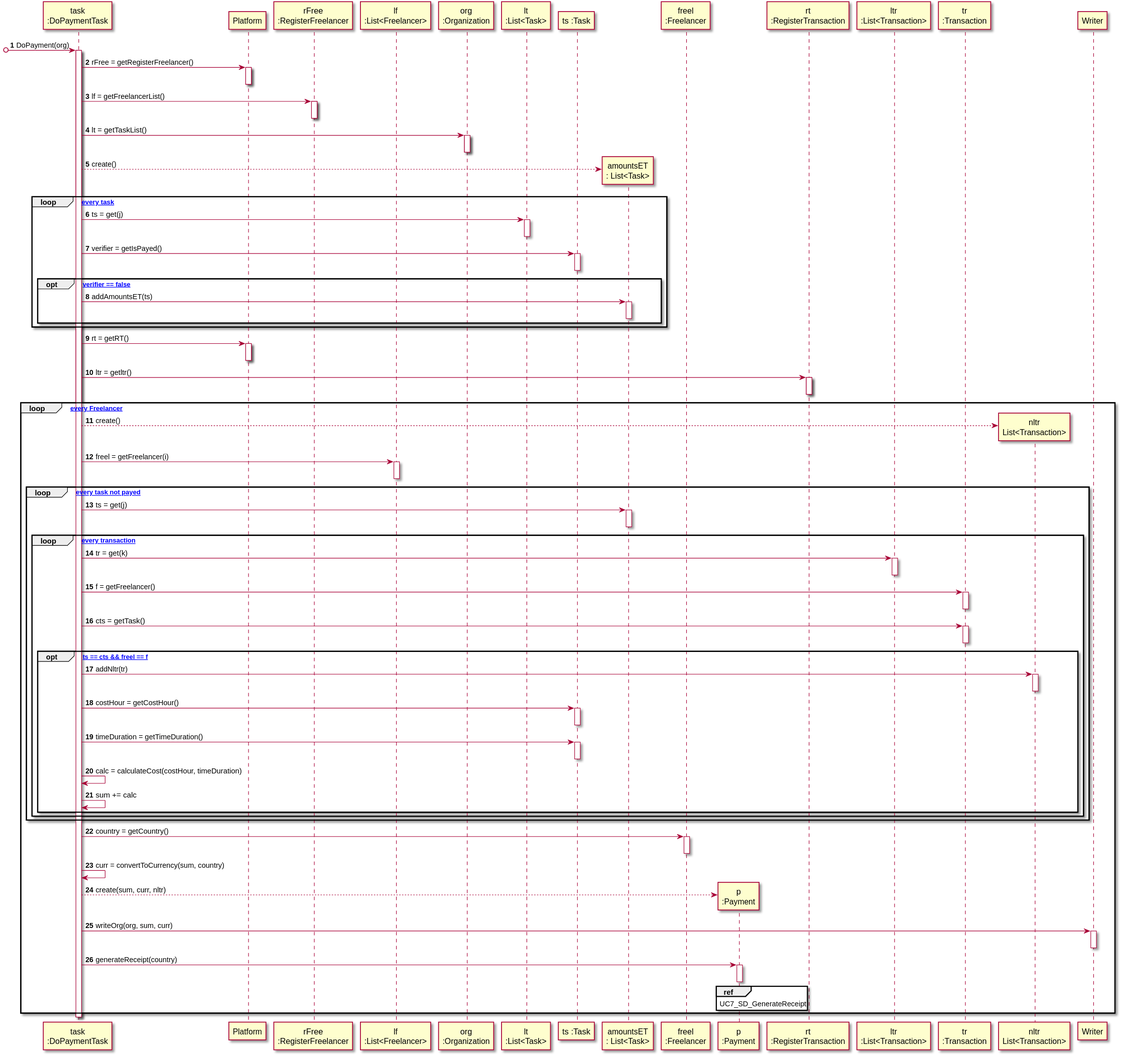
This is docs/UC7 - Do Payment Automatically/UC7_SD_DoPayment.svg from 1190452/LAPR2, a PlantUML export, as it was before one commit.
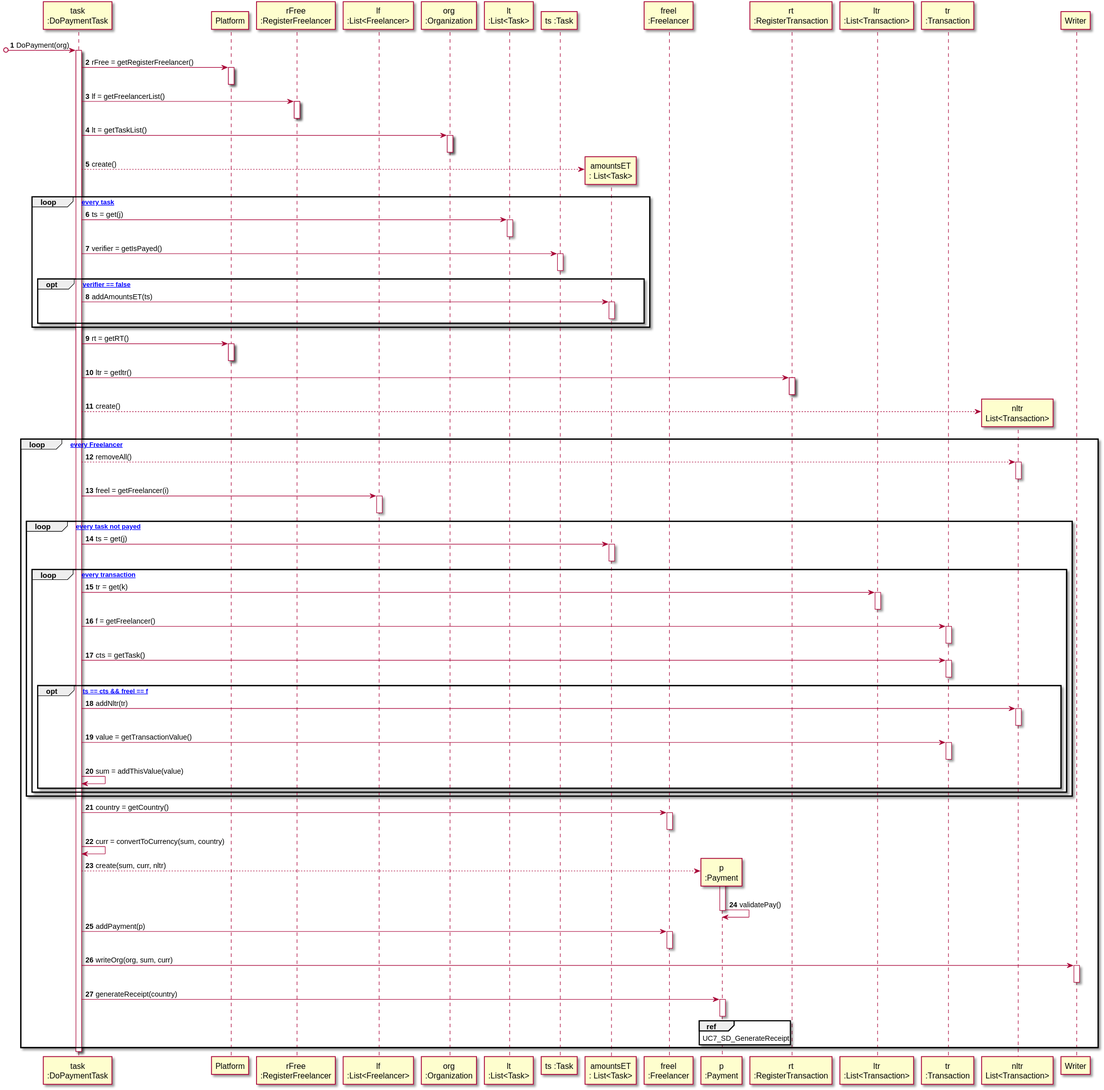
The same file after the commit.

Change to the diagram source:
```diff
@@ -72,10 +72,14 @@
 activate RT
 deactivate RT
 
+TASK --> NLTR** : create()
+
 
 loop [for every Freelancer]
 
-TASK --> NLTR** : create()
+TASK --> NLTR : removeAll()
+activate NLTR
+deactivate NLTR
 
 TASK -> LF : freel = getFreelancer(i)
 activate LF
@@ -106,18 +110,12 @@
 deactivate NLTR
 
 
+TASK -> TR : value = getTransactionValue()
+activate TR
+deactivate TR
 
+TASK -> TASK : sum = addThisValue(value)
 
-TASK -> T : costHour = getCostHour()
-activate T
-deactivate T
-
-TASK -> T : timeDuration = getTimeDuration()
-activate T
-deactivate T
-TASK -> TASK : calc = calculateCost(costHour, timeDuration)
-
-TASK -> TASK : sum += calc
 
 end opt
 end loop
@@ -132,6 +130,14 @@
 
 
 TASK --> PA** : create(sum, curr, nltr)
+
+activate PA
+PA -> PA : validatePay()
+deactivate PA
+
+TASK -> F : addPayment(p)
+activate F
+deactivate F
 
 TASK -> W : writeOrg(org, sum, curr)
 activate W
```
